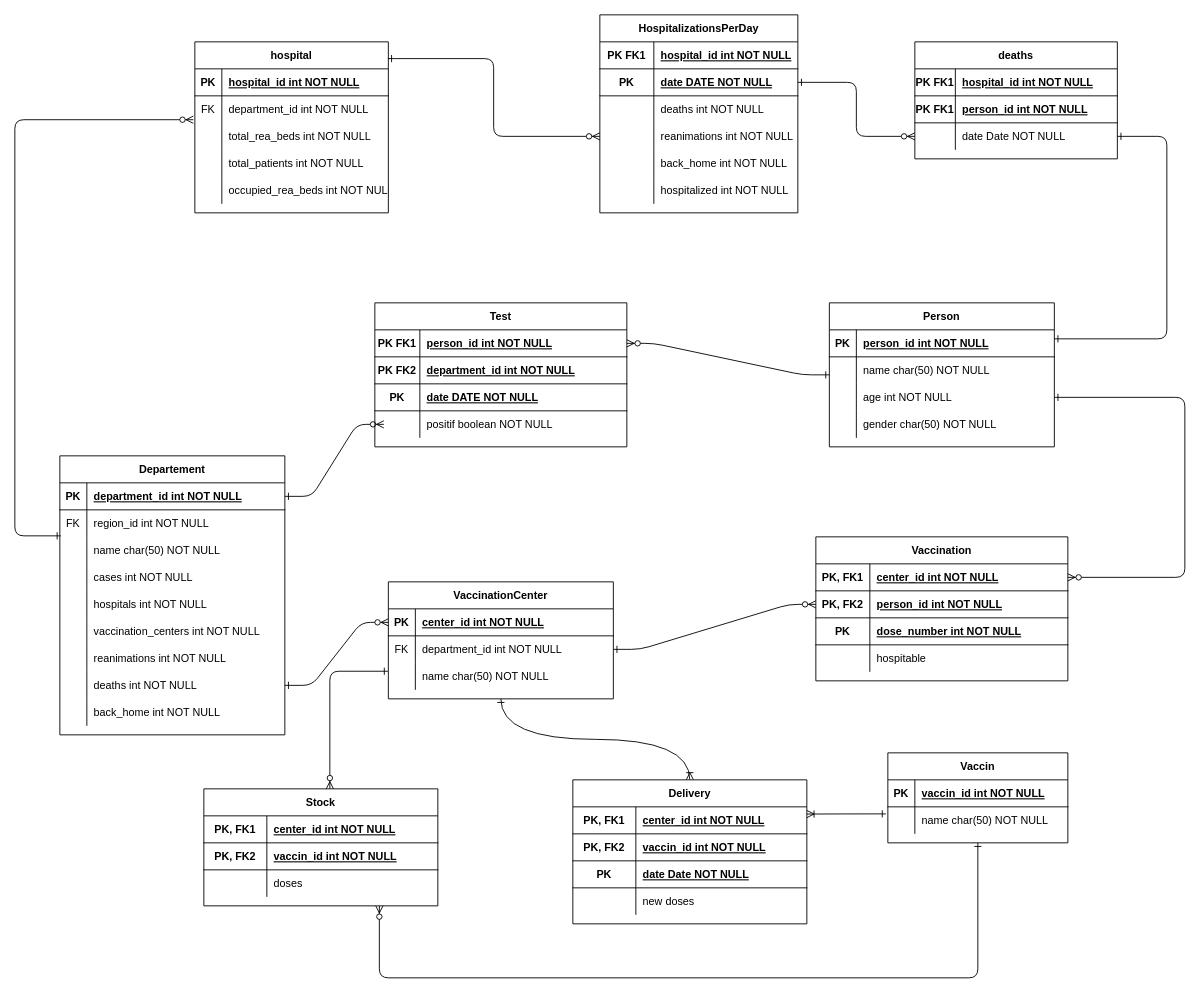
Earlier version of the draw.io diagram bda/projet.drawio (elhadjhamlaoui/bda). Source tidied: cells renumbered, new cells numbered last; positions are measured from the earlier drawing's top-left corner, leaving out a move shared by most shapes. Both pictures are drawn from the tidied source at 90%, with x=0, y=0 at pixel (14, 14).
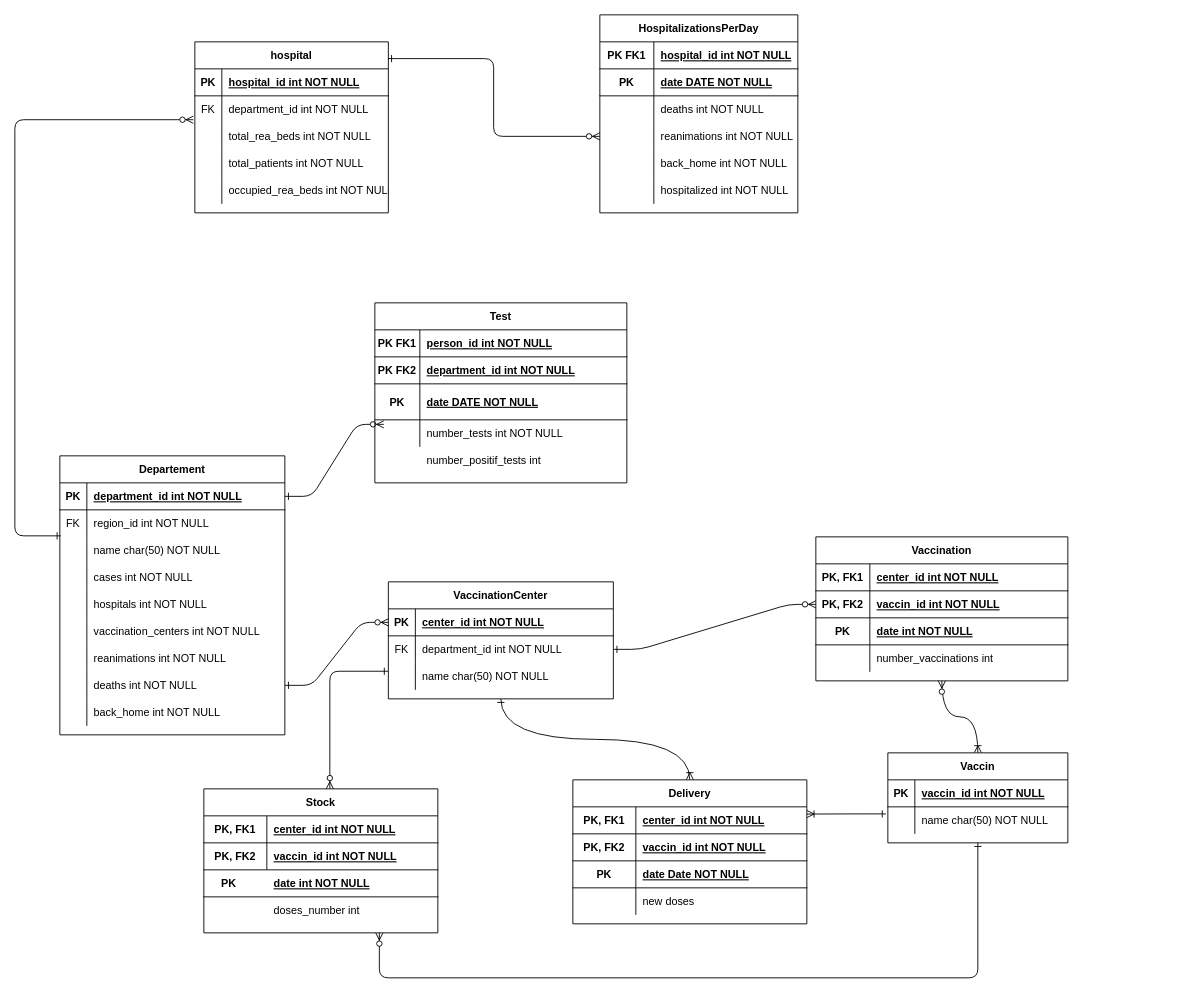
The same diagram, later.

Unchanged cells that the change refers to:
```xml
<mxCell id="5" style="shape=partialRectangle;fillColor=none;points=[[0,0.5],[1,0.5]];portConstraint=eastwest;top=0;left=0;right=0;bottom=1;" parent="4" vertex="1">
  <mxGeometry y="30" width="280" height="30" as="geometry" />
</mxCell>
<mxCell id="69" value="Vaccination" style="shape=table;startSize=30;childLayout=tableLayout;rowLines=0;fontStyle=1;align=center;" parent="1" vertex="1">
  <mxGeometry x="890" y="580" width="280" height="160" as="geometry" />
</mxCell>
<mxCell id="70" style="shape=partialRectangle;fillColor=none;top=0;left=0;bottom=1;right=0;points=[[0,0.5],[1,0.5]];portConstraint=eastwest;" parent="69" vertex="1">
  <mxGeometry y="30" width="280" height="30" as="geometry" />
</mxCell>
<mxCell id="73" style="shape=partialRectangle;fillColor=none;top=0;left=0;bottom=1;right=0;points=[[0,0.5],[1,0.5]];portConstraint=eastwest;" parent="69" vertex="1">
  <mxGeometry y="60" width="280" height="30" as="geometry" />
</mxCell>
<mxCell id="76" style="shape=partialRectangle;fillColor=none;top=0;left=0;bottom=1;right=0;" parent="69" vertex="1">
  <mxGeometry y="90" width="280" height="30" as="geometry" />
</mxCell>
<mxCell id="79" style="shape=partialRectangle;fillColor=none;top=0;left=0;bottom=0;right=0;" parent="69" vertex="1">
  <mxGeometry y="120" width="280" height="30" as="geometry" />
</mxCell>
<mxCell id="107" value="Vaccin" style="shape=table;startSize=30;childLayout=tableLayout;rowLines=0;fontStyle=1;align=center;" parent="1" vertex="1">
  <mxGeometry x="970" y="820" width="200" height="100" as="geometry" />
</mxCell>
<mxCell id="139" style="shape=partialRectangle;fillColor=none;top=0;left=0;bottom=1;right=0;points=[[0,0.5],[1,0.5]];portConstraint=eastwest;" parent="135" vertex="1">
  <mxGeometry y="60" width="220" height="30" as="geometry" />
</mxCell>
```

The edit, as a diff of the source:
```diff
@@
-    <mxCell id="3" style="edgeStyle=entityRelationEdgeStyle;endArrow=ERzeroToMany;startArrow=ERone;endFill=1;startFill=0;entryX=1;entryY=0.5;entryDx=0;entryDy=0;" parent="1" edge="1" source="17" target="5">
-      <mxGeometry relative="1" as="geometry" />
-    </mxCell>
     <mxCell id="4" value="Test" style="shape=table;startSize=30;childLayout=tableLayout;rowLines=0;fontStyle=1;align=center;" parent="1" vertex="1">
-      <mxGeometry x="400" y="320" width="280" height="160" as="geometry" />
+      <mxGeometry x="400" y="320" width="280" height="200" as="geometry" />
     </mxCell>
@@
     <mxCell id="11" style="shape=partialRectangle;fillColor=none;top=0;left=0;bottom=1;right=0;" parent="4" vertex="1">
-      <mxGeometry y="90" width="280" height="30" as="geometry" />
+      <mxGeometry y="90" width="280" height="40" as="geometry" />
     </mxCell>
     <mxCell id="12" value="PK" style="shape=partialRectangle;fillColor=none;top=0;left=0;bottom=0;right=0;fontStyle=1;overflow=hidden;" parent="11" vertex="1">
-      <mxGeometry width="50" height="30" as="geometry" />
+      <mxGeometry width="50" height="40" as="geometry" />
     </mxCell>
     <mxCell id="13" value="date DATE NOT NULL" style="shape=partialRectangle;fillColor=none;top=0;left=0;bottom=0;right=0;align=left;spacingLeft=6;fontStyle=5;overflow=hidden;" parent="11" vertex="1">
-      <mxGeometry x="50" width="230" height="30" as="geometry" />
+      <mxGeometry x="50" width="230" height="40" as="geometry" />
     </mxCell>
     <mxCell id="14" style="shape=partialRectangle;fillColor=none;top=0;left=0;right=0;bottom=0;" parent="4" vertex="1">
-      <mxGeometry y="120" width="280" height="30" as="geometry" />
+      <mxGeometry y="130" width="280" height="30" as="geometry" />
     </mxCell>
@@
-    <mxCell id="16" value="positif boolean NOT NULL" style="shape=partialRectangle;overflow=hidden;fillColor=none;top=0;left=0;bottom=0;right=0;align=left;spacingLeft=6;" parent="14" vertex="1">
+    <mxCell id="16" value="number_tests int NOT NULL" style="shape=partialRectangle;overflow=hidden;fillColor=none;top=0;left=0;bottom=0;right=0;align=left;spacingLeft=6;" parent="14" vertex="1">
       <mxGeometry x="50" width="230" height="30" as="geometry" />
     </mxCell>
-    <mxCell id="17" value="Person" style="shape=table;startSize=30;childLayout=tableLayout;rowLines=0;fontStyle=1;align=center;" parent="1" vertex="1">
-      <mxGeometry x="905" y="320" width="250" height="160" as="geometry" />
-    </mxCell>
-    <mxCell id="18" style="shape=partialRectangle;fillColor=none;top=0;left=0;right=0;bottom=1;" parent="17" vertex="1">
-      <mxGeometry y="30" width="250" height="30" as="geometry" />
-    </mxCell>
-    <mxCell id="19" value="PK" style="shape=partialRectangle;overflow=hidden;fillColor=none;top=0;left=0;bottom=0;right=0;fontStyle=1;" parent="18" vertex="1">
-      <mxGeometry width="30" height="30" as="geometry" />
-    </mxCell>
-    <mxCell id="20" value="person_id int NOT NULL " style="shape=partialRectangle;overflow=hidden;fillColor=none;top=0;left=0;bottom=0;right=0;align=left;spacingLeft=6;fontStyle=5;" parent="18" vertex="1">
-      <mxGeometry x="30" width="220" height="30" as="geometry" />
-    </mxCell>
-    <mxCell id="21" style="shape=partialRectangle;fillColor=none;top=0;left=0;right=0;bottom=0;" parent="17" vertex="1">
-      <mxGeometry y="60" width="250" height="30" as="geometry" />
-    </mxCell>
-    <mxCell id="22" style="shape=partialRectangle;overflow=hidden;fillColor=none;top=0;left=0;bottom=0;right=0;" parent="21" vertex="1">
-      <mxGeometry width="30" height="30" as="geometry" />
-    </mxCell>
-    <mxCell id="23" value="name char(50) NOT NULL" style="shape=partialRectangle;overflow=hidden;fillColor=none;top=0;left=0;bottom=0;right=0;align=left;spacingLeft=6;" parent="21" vertex="1">
-      <mxGeometry x="30" width="220" height="30" as="geometry" />
-    </mxCell>
-    <mxCell id="24" style="shape=partialRectangle;fillColor=none;points=[[0,0.5],[1,0.5]];portConstraint=eastwest;top=0;left=0;right=0;bottom=0;" parent="17" vertex="1">
-      <mxGeometry y="90" width="250" height="30" as="geometry" />
-    </mxCell>
-    <mxCell id="25" style="shape=partialRectangle;overflow=hidden;fillColor=none;top=0;left=0;bottom=0;right=0;" parent="24" vertex="1">
-      <mxGeometry width="30" height="30" as="geometry" />
-    </mxCell>
-    <mxCell id="26" value="age int NOT NULL" style="shape=partialRectangle;overflow=hidden;fillColor=none;top=0;left=0;bottom=0;right=0;align=left;spacingLeft=6;" parent="24" vertex="1">
-      <mxGeometry x="30" width="220" height="30" as="geometry" />
-    </mxCell>
-    <mxCell id="27" style="shape=partialRectangle;fillColor=none;top=0;left=0;bottom=0;right=0;" parent="17" vertex="1">
-      <mxGeometry y="120" width="250" height="30" as="geometry" />
-    </mxCell>
-    <mxCell id="28" style="shape=partialRectangle;fillColor=none;top=0;left=0;bottom=0;right=0;overflow=hidden;" parent="27" vertex="1">
-      <mxGeometry width="30" height="30" as="geometry" />
-    </mxCell>
-    <mxCell id="29" value="gender char(50) NOT NULL" style="shape=partialRectangle;fillColor=none;top=0;left=0;bottom=0;right=0;align=left;spacingLeft=6;overflow=hidden;" parent="27" vertex="1">
-      <mxGeometry x="30" width="220" height="30" as="geometry" />
-    </mxCell>
@@
+    <mxCell id="167" style="edgeStyle=orthogonalEdgeStyle;rounded=0;jettySize=auto;html=1;exitX=0.5;exitY=1;exitDx=0;exitDy=0;entryX=0.5;entryY=0;entryDx=0;entryDy=0;curved=1;startArrow=ERzeroToMany;startFill=1;endArrow=ERoneToMany;endFill=0;" parent="1" edge="1" source="69" target="107">
+      <mxGeometry relative="1" as="geometry" />
+    </mxCell>
@@
-    <mxCell id="75" value="person_id int NOT NULL" style="shape=partialRectangle;fillColor=none;top=0;left=0;bottom=0;right=0;align=left;spacingLeft=6;fontStyle=5;overflow=hidden;" parent="73" vertex="1">
+    <mxCell id="75" value="vaccin_id int NOT NULL" style="shape=partialRectangle;fillColor=none;top=0;left=0;bottom=0;right=0;align=left;spacingLeft=6;fontStyle=5;overflow=hidden;" parent="73" vertex="1">
       <mxGeometry x="60" width="220" height="30" as="geometry" />
     </mxCell>
@@
-    <mxCell id="78" value="dose_number int NOT NULL" style="shape=partialRectangle;fillColor=none;top=0;left=0;bottom=0;right=0;align=left;spacingLeft=6;fontStyle=5;overflow=hidden;" parent="76" vertex="1">
+    <mxCell id="78" value="date int NOT NULL" style="shape=partialRectangle;fillColor=none;top=0;left=0;bottom=0;right=0;align=left;spacingLeft=6;fontStyle=5;overflow=hidden;" parent="76" vertex="1">
       <mxGeometry x="60" width="220" height="30" as="geometry" />
     </mxCell>
@@
-    <mxCell id="81" value="hospitable" style="shape=partialRectangle;fillColor=none;top=0;left=0;bottom=0;right=0;align=left;spacingLeft=6;overflow=hidden;" parent="79" vertex="1">
+    <mxCell id="81" value="number_vaccinations int " style="shape=partialRectangle;fillColor=none;top=0;left=0;bottom=0;right=0;align=left;spacingLeft=6;overflow=hidden;" parent="79" vertex="1">
       <mxGeometry x="60" width="220" height="30" as="geometry" />
     </mxCell>
@@
     <mxCell id="83" value="Stock" style="shape=table;startSize=30;childLayout=tableLayout;rowLines=0;fontStyle=1;align=center;" parent="1" vertex="1">
-      <mxGeometry x="210" y="860" width="260" height="130" as="geometry" />
+      <mxGeometry x="210" y="860" width="260" height="160" as="geometry" />
     </mxCell>
@@
-    <mxCell id="90" style="shape=partialRectangle;fillColor=none;top=0;left=0;bottom=0;right=0;" parent="83" vertex="1">
-      <mxGeometry y="90" width="260" height="30" as="geometry" />
-    </mxCell>
-    <mxCell id="91" style="shape=partialRectangle;fillColor=none;top=0;left=0;bottom=0;right=0;overflow=hidden;" parent="90" vertex="1">
-      <mxGeometry width="70" height="30" as="geometry" />
-    </mxCell>
-    <mxCell id="92" value="doses" style="shape=partialRectangle;fillColor=none;top=0;left=0;bottom=0;right=0;align=left;spacingLeft=6;overflow=hidden;" parent="90" vertex="1">
-      <mxGeometry x="70" width="190" height="30" as="geometry" />
-    </mxCell>
@@
-    <mxCell id="117" style="edgeStyle=elbowEdgeStyle;endArrow=ERzeroToMany;startArrow=ERone;endFill=1;startFill=0;entryX=1;entryY=0.5;entryDx=0;entryDy=0;" parent="1" edge="1" source="24" target="70">
-      <mxGeometry relative="1" as="geometry">
-        <Array as="points">
-          <mxPoint x="1300" y="510" />
-        </Array>
-      </mxGeometry>
-    </mxCell>
@@
-    <mxCell id="155" value="deaths" style="shape=table;startSize=30;childLayout=tableLayout;rowLines=0;fontStyle=1;align=center;" parent="1" vertex="1">
-      <mxGeometry x="1000" y="30" width="225" height="130" as="geometry" />
-    </mxCell>
-    <mxCell id="156" style="shape=partialRectangle;fillColor=none;top=0;left=0;bottom=1;right=0;" parent="155" vertex="1">
-      <mxGeometry y="30" width="225" height="30" as="geometry" />
-    </mxCell>
-    <mxCell id="157" value="PK FK1" style="shape=partialRectangle;fillColor=none;top=0;left=0;bottom=0;right=0;fontStyle=1;overflow=hidden;" parent="156" vertex="1">
-      <mxGeometry width="45" height="30" as="geometry" />
-    </mxCell>
-    <mxCell id="158" value="hospital_id int NOT NULL" style="shape=partialRectangle;fillColor=none;top=0;left=0;bottom=0;right=0;align=left;spacingLeft=6;fontStyle=5;overflow=hidden;" parent="156" vertex="1">
-      <mxGeometry x="45" width="180" height="30" as="geometry" />
-    </mxCell>
-    <mxCell id="159" style="shape=partialRectangle;fillColor=none;top=0;left=0;bottom=1;right=0;" parent="155" vertex="1">
-      <mxGeometry y="60" width="225" height="30" as="geometry" />
-    </mxCell>
-    <mxCell id="160" value="PK FK1" style="shape=partialRectangle;fillColor=none;top=0;left=0;bottom=0;right=0;fontStyle=1;overflow=hidden;" parent="159" vertex="1">
-      <mxGeometry width="45" height="30" as="geometry" />
-    </mxCell>
-    <mxCell id="161" value="person_id int NOT NULL" style="shape=partialRectangle;fillColor=none;top=0;left=0;bottom=0;right=0;align=left;spacingLeft=6;fontStyle=5;overflow=hidden;" parent="159" vertex="1">
-      <mxGeometry x="45" width="180" height="30" as="geometry" />
-    </mxCell>
-    <mxCell id="162" style="shape=partialRectangle;fillColor=none;top=0;left=0;bottom=0;right=0;points=[[0,0.5],[1,0.5]];portConstraint=eastwest;" parent="155" vertex="1">
-      <mxGeometry y="90" width="225" height="30" as="geometry" />
-    </mxCell>
-    <mxCell id="163" style="shape=partialRectangle;fillColor=none;top=0;left=0;bottom=0;right=0;overflow=hidden;" parent="162" vertex="1">
-      <mxGeometry width="45" height="30" as="geometry" />
-    </mxCell>
-    <mxCell id="164" value="date Date NOT NULL" style="shape=partialRectangle;fillColor=none;top=0;left=0;bottom=0;right=0;align=left;spacingLeft=6;overflow=hidden;" parent="162" vertex="1">
-      <mxGeometry x="45" width="180" height="30" as="geometry" />
-    </mxCell>
-    <mxCell id="165" style="edgeStyle=elbowEdgeStyle;endArrow=ERzeroToMany;startArrow=ERone;endFill=1;startFill=0;exitX=1;exitY=0.5;exitDx=0;exitDy=0;" parent="1" edge="1" source="139" target="162">
-      <mxGeometry relative="1" as="geometry" />
-    </mxCell>
-    <mxCell id="166" style="edgeStyle=elbowEdgeStyle;fontSize=12;html=1;endArrow=ERone;startArrow=ERone;entryX=1;entryY=0.5;entryDx=0;entryDy=0;exitX=1;exitY=0.25;exitDx=0;exitDy=0;startFill=0;endFill=0;" parent="1" edge="1" source="17" target="162">
-      <mxGeometry relative="1" as="geometry">
-        <Array as="points">
-          <mxPoint x="1280" y="230" />
-        </Array>
-      </mxGeometry>
-    </mxCell>
+    <mxCell id="168" style="shape=partialRectangle;fillColor=none;top=0;left=0;right=0;bottom=0;" parent="1" vertex="1">
+      <mxGeometry x="400" y="480" width="280" height="30" as="geometry" />
+    </mxCell>
+    <mxCell id="169" style="shape=partialRectangle;overflow=hidden;fillColor=none;top=0;left=0;bottom=0;right=0;" parent="168" vertex="1">
+      <mxGeometry width="50" height="30" as="geometry" />
+    </mxCell>
+    <mxCell id="170" value="number_positif_tests int" style="shape=partialRectangle;overflow=hidden;fillColor=none;top=0;left=0;bottom=0;right=0;align=left;spacingLeft=6;" parent="168" vertex="1">
+      <mxGeometry x="50" width="230" height="30" as="geometry" />
+    </mxCell>
+    <mxCell id="171" style="shape=partialRectangle;fillColor=none;top=0;left=0;bottom=1;right=0;" parent="1" vertex="1">
+      <mxGeometry x="210" y="950" width="260" height="30" as="geometry" />
+    </mxCell>
+    <mxCell id="19" value="PK" style="shape=partialRectangle;fillColor=none;top=0;left=0;bottom=0;right=0;fontStyle=1;overflow=hidden;" parent="171" vertex="1">
+      <mxGeometry width="55.7" height="30" as="geometry" />
+    </mxCell>
+    <mxCell id="172" value="date int NOT NULL" style="shape=partialRectangle;fillColor=none;top=0;left=0;bottom=0;right=0;align=left;spacingLeft=6;fontStyle=5;overflow=hidden;" parent="171" vertex="1">
+      <mxGeometry x="70" width="204.3" height="30" as="geometry" />
+    </mxCell>
+    <mxCell id="173" style="shape=partialRectangle;fillColor=none;top=0;left=0;bottom=0;right=0;" parent="1" vertex="1">
+      <mxGeometry x="210" y="980" width="260" height="30" as="geometry" />
+    </mxCell>
+    <mxCell id="91" style="shape=partialRectangle;fillColor=none;top=0;left=0;bottom=0;right=0;overflow=hidden;" parent="173" vertex="1">
+      <mxGeometry width="70" height="30" as="geometry" />
+    </mxCell>
+    <mxCell id="174" value="doses_number int " style="shape=partialRectangle;fillColor=none;top=0;left=0;bottom=0;right=0;align=left;spacingLeft=6;overflow=hidden;" parent="173" vertex="1">
+      <mxGeometry x="70" width="190" height="30" as="geometry" />
+    </mxCell>
```
